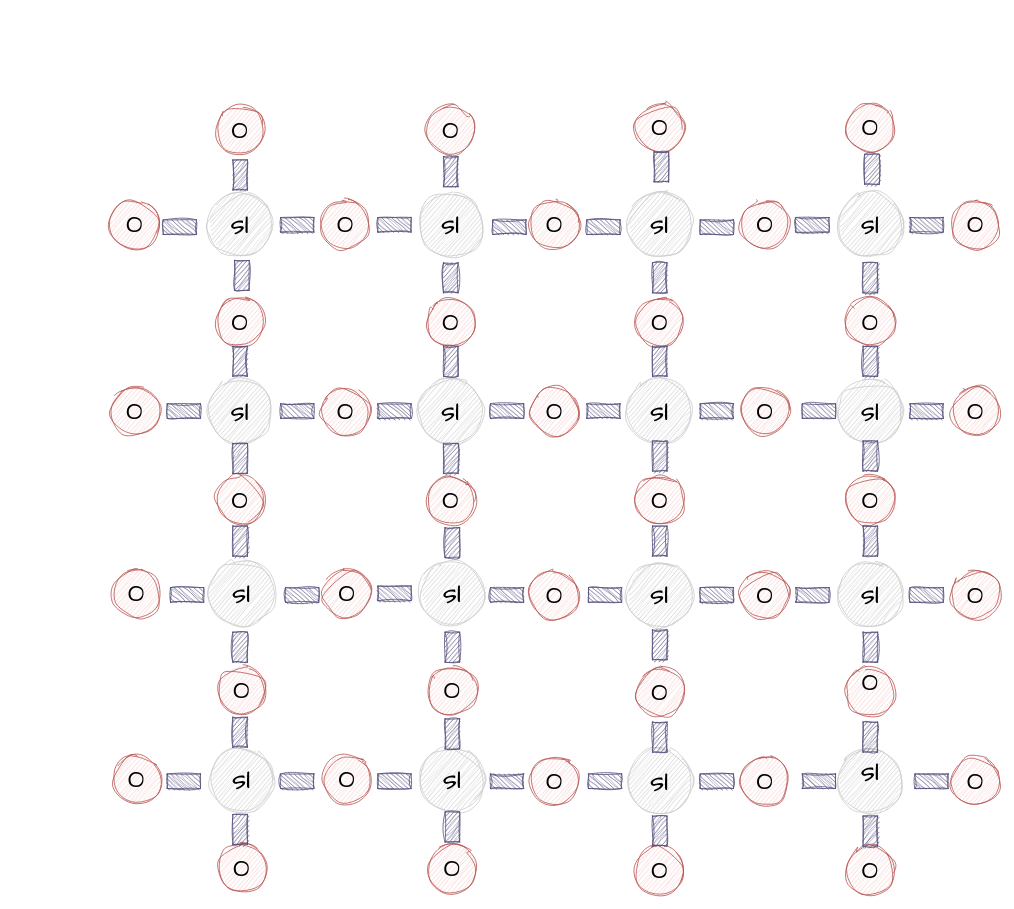
Earlier version of the draw.io diagram Defect_creation.drawio (666creeping666death/C-code). Source tidied: cells renumbered, new cells numbered last; positions are measured from the earlier drawing's top-left corner, leaving out a move shared by most shapes. Both pictures are drawn from the tidied source at 81%, with x=0, y=0 at pixel (110, 103).
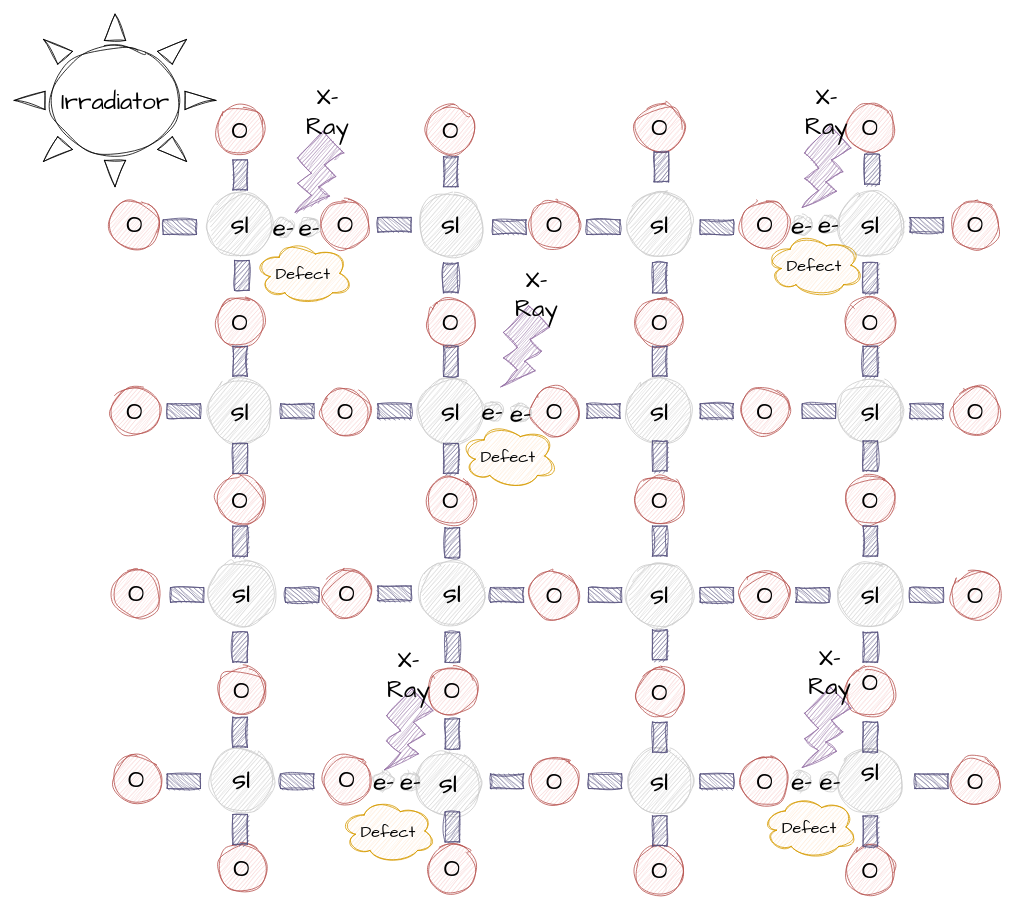
After the change.

Diff of the diagram source:
```diff
@@
     <mxCell id="55" value="&lt;font style=&quot;font-size: 35px;&quot;&gt;sI&lt;/font&gt;" style="ellipse;whiteSpace=wrap;html=1;sketch=1;hachureGap=4;jiggle=2;curveFitting=1;fontFamily=Architects Daughter;fontSize=20;fillColor=#CCCCCC;strokeColor=#CCCCCC;" parent="1" vertex="1">
-      <mxGeometry x="382" y="795" width="80" height="80" as="geometry" />
+      <mxGeometry x="377" y="800" width="80" height="80" as="geometry" />
     </mxCell>
@@
-    <mxCell id="90" style="rounded=0;whiteSpace=wrap;html=1;sketch=1;hachureGap=4;jiggle=2;curveFitting=1;fontFamily=Architects Daughter;fontSize=20;fillColor=#56517E;strokeColor=#56517e;direction=south;" parent="1" vertex="1">
-      <mxGeometry x="846" y="141" width="41" height="18" as="geometry" />
-    </mxCell>
@@
-    <mxCell id="92" style="rounded=0;whiteSpace=wrap;html=1;sketch=1;hachureGap=4;jiggle=2;curveFitting=1;fontFamily=Architects Daughter;fontSize=20;fillColor=#56517E;strokeColor=#56517e;direction=south;" parent="1" vertex="1">
-      <mxGeometry x="210" y="141" width="41" height="18" as="geometry" />
-    </mxCell>
@@
-    <mxCell id="102" style="rounded=0;whiteSpace=wrap;html=1;sketch=1;hachureGap=4;jiggle=2;curveFitting=1;fontFamily=Architects Daughter;fontSize=20;fillColor=#56517E;strokeColor=#56517e;direction=south;" parent="1" vertex="1">
-      <mxGeometry x="469" y="371" width="41" height="18" as="geometry" />
-    </mxCell>
@@
-    <mxCell id="115" style="rounded=0;whiteSpace=wrap;html=1;sketch=1;hachureGap=4;jiggle=2;curveFitting=1;fontFamily=Architects Daughter;fontSize=20;fillColor=#56517E;strokeColor=#56517e;direction=south;" parent="1" vertex="1">
-      <mxGeometry x="854" y="828" width="41" height="18" as="geometry" />
-    </mxCell>
@@
-    <mxCell id="120" style="rounded=0;whiteSpace=wrap;html=1;sketch=1;hachureGap=4;jiggle=2;curveFitting=1;fontFamily=Architects Daughter;fontSize=20;fillColor=#56517E;strokeColor=#56517e;direction=south;" parent="1" vertex="1">
-      <mxGeometry x="330" y="828" width="41" height="18" as="geometry" />
-    </mxCell>
@@
+    <mxCell id="122" style="verticalLabelPosition=bottom;verticalAlign=top;html=1;shape=mxgraph.basic.sun;sketch=1;hachureGap=4;jiggle=2;curveFitting=1;fontFamily=Architects Daughter;fontSize=20;" parent="1" vertex="1">
+      <mxGeometry x="-119" y="-110" width="249" height="213" as="geometry" />
+    </mxCell>
+    <mxCell id="123" style="verticalLabelPosition=bottom;verticalAlign=top;html=1;shape=mxgraph.basic.flash;sketch=1;hachureGap=4;jiggle=2;curveFitting=1;fontFamily=Architects Daughter;fontSize=20;fillColor=#9673A6;strokeColor=#9673a6;" parent="1" vertex="1">
+      <mxGeometry x="228" y="34.5" width="60" height="100" as="geometry" />
+    </mxCell>
+    <mxCell id="124" style="verticalLabelPosition=bottom;verticalAlign=top;html=1;shape=mxgraph.basic.flash;sketch=1;hachureGap=4;jiggle=2;curveFitting=1;fontFamily=Architects Daughter;fontSize=20;fillColor=#9673A6;strokeColor=#9673a6;" parent="1" vertex="1">
+      <mxGeometry x="482" y="250" width="60" height="100" as="geometry" />
+    </mxCell>
+    <mxCell id="125" style="verticalLabelPosition=bottom;verticalAlign=top;html=1;shape=mxgraph.basic.flash;sketch=1;hachureGap=4;jiggle=2;curveFitting=1;fontFamily=Architects Daughter;fontSize=20;fillColor=#9673A6;strokeColor=#9673a6;" parent="1" vertex="1">
+      <mxGeometry x="338" y="723" width="60" height="100" as="geometry" />
+    </mxCell>
+    <mxCell id="126" style="verticalLabelPosition=bottom;verticalAlign=top;html=1;shape=mxgraph.basic.flash;sketch=1;hachureGap=4;jiggle=2;curveFitting=1;fontFamily=Architects Daughter;fontSize=20;fillColor=#9673A6;strokeColor=#9673a6;" parent="1" vertex="1">
+      <mxGeometry x="854" y="720" width="60" height="100" as="geometry" />
+    </mxCell>
+    <mxCell id="127" style="verticalLabelPosition=bottom;verticalAlign=top;html=1;shape=mxgraph.basic.flash;sketch=1;hachureGap=4;jiggle=2;curveFitting=1;fontFamily=Architects Daughter;fontSize=20;fillColor=#9673A6;strokeColor=#9673a6;" parent="1" vertex="1">
+      <mxGeometry x="854" y="28.5" width="60" height="100" as="geometry" />
+    </mxCell>
+    <mxCell id="128" value="&lt;div style=&quot;font-size: 30px;&quot;&gt;&lt;font style=&quot;font-size: 30px;&quot;&gt;X-Ray&lt;br&gt;&lt;/font&gt;&lt;/div&gt;" style="text;html=1;strokeColor=none;fillColor=none;align=center;verticalAlign=middle;whiteSpace=wrap;rounded=0;fontSize=20;fontFamily=Architects Daughter;" parent="1" vertex="1">
+      <mxGeometry x="238" y="-5" width="60" height="30" as="geometry" />
+    </mxCell>
+    <mxCell id="129" value="&lt;div style=&quot;font-size: 30px;&quot;&gt;&lt;font style=&quot;font-size: 30px;&quot;&gt;X-Ray&lt;br&gt;&lt;/font&gt;&lt;/div&gt;" style="text;html=1;strokeColor=none;fillColor=none;align=center;verticalAlign=middle;whiteSpace=wrap;rounded=0;fontSize=20;fontFamily=Architects Daughter;" parent="1" vertex="1">
+      <mxGeometry x="854" y="-5" width="60" height="30" as="geometry" />
+    </mxCell>
+    <mxCell id="130" value="&lt;div style=&quot;font-size: 30px;&quot;&gt;&lt;font style=&quot;font-size: 30px;&quot;&gt;X-Ray&lt;br&gt;&lt;/font&gt;&lt;/div&gt;" style="text;html=1;strokeColor=none;fillColor=none;align=center;verticalAlign=middle;whiteSpace=wrap;rounded=0;fontSize=20;fontFamily=Architects Daughter;" parent="1" vertex="1">
+      <mxGeometry x="496" y="220" width="60" height="30" as="geometry" />
+    </mxCell>
+    <mxCell id="131" value="&lt;div style=&quot;font-size: 30px;&quot;&gt;&lt;font style=&quot;font-size: 30px;&quot;&gt;X-Ray&lt;br&gt;&lt;/font&gt;&lt;/div&gt;" style="text;html=1;strokeColor=none;fillColor=none;align=center;verticalAlign=middle;whiteSpace=wrap;rounded=0;fontSize=20;fontFamily=Architects Daughter;" parent="1" vertex="1">
+      <mxGeometry x="338" y="690" width="60" height="30" as="geometry" />
+    </mxCell>
+    <mxCell id="132" value="&lt;div style=&quot;font-size: 30px;&quot;&gt;&lt;font style=&quot;font-size: 30px;&quot;&gt;X-Ray&lt;br&gt;&lt;/font&gt;&lt;/div&gt;" style="text;html=1;strokeColor=none;fillColor=none;align=center;verticalAlign=middle;whiteSpace=wrap;rounded=0;fontSize=20;fontFamily=Architects Daughter;" parent="1" vertex="1">
+      <mxGeometry x="858" y="687" width="60" height="30" as="geometry" />
+    </mxCell>
+    <mxCell id="133" value="&lt;font style=&quot;font-size: 30px;&quot;&gt;Irradiator&lt;/font&gt;" style="text;html=1;strokeColor=none;fillColor=none;align=center;verticalAlign=middle;whiteSpace=wrap;rounded=0;fontSize=20;fontFamily=Architects Daughter;" parent="1" vertex="1">
+      <mxGeometry x="-24.5" y="-18.5" width="60" height="30" as="geometry" />
+    </mxCell>
+    <mxCell id="134" value="&lt;font style=&quot;font-size: 30px;&quot;&gt;e-&lt;/font&gt;" style="ellipse;whiteSpace=wrap;html=1;sketch=1;hachureGap=4;jiggle=2;curveFitting=1;fontFamily=Architects Daughter;fontSize=20;fillColor=#CCCCCC;strokeColor=#CCCCCC;" parent="1" vertex="1">
+      <mxGeometry x="326" y="825.5" width="23" height="23" as="geometry" />
+    </mxCell>
+    <mxCell id="135" value="&lt;font style=&quot;font-size: 30px;&quot;&gt;e-&lt;/font&gt;" style="ellipse;whiteSpace=wrap;html=1;sketch=1;hachureGap=4;jiggle=2;curveFitting=1;fontFamily=Architects Daughter;fontSize=20;fillColor=#CCCCCC;strokeColor=#CCCCCC;" parent="1" vertex="1">
+      <mxGeometry x="359" y="825.5" width="23" height="23" as="geometry" />
+    </mxCell>
+    <mxCell id="136" value="&lt;font style=&quot;font-size: 30px;&quot;&gt;e-&lt;/font&gt;" style="ellipse;whiteSpace=wrap;html=1;sketch=1;hachureGap=4;jiggle=2;curveFitting=1;fontFamily=Architects Daughter;fontSize=20;fillColor=#CCCCCC;strokeColor=#CCCCCC;" parent="1" vertex="1">
+      <mxGeometry x="876.5" y="825.5" width="23" height="23" as="geometry" />
+    </mxCell>
+    <mxCell id="137" value="&lt;font style=&quot;font-size: 30px;&quot;&gt;e-&lt;/font&gt;" style="ellipse;whiteSpace=wrap;html=1;sketch=1;hachureGap=4;jiggle=2;curveFitting=1;fontFamily=Architects Daughter;fontSize=20;fillColor=#CCCCCC;strokeColor=#CCCCCC;" parent="1" vertex="1">
+      <mxGeometry x="842" y="825.5" width="23" height="23" as="geometry" />
+    </mxCell>
+    <mxCell id="138" value="&lt;font style=&quot;font-size: 30px;&quot;&gt;e-&lt;/font&gt;" style="ellipse;whiteSpace=wrap;html=1;sketch=1;hachureGap=4;jiggle=2;curveFitting=1;fontFamily=Architects Daughter;fontSize=20;fillColor=#CCCCCC;strokeColor=#CCCCCC;" parent="1" vertex="1">
+      <mxGeometry x="202" y="141.5" width="23" height="23" as="geometry" />
+    </mxCell>
+    <mxCell id="139" value="&lt;font style=&quot;font-size: 30px;&quot;&gt;e-&lt;/font&gt;" style="ellipse;whiteSpace=wrap;html=1;sketch=1;hachureGap=4;jiggle=2;curveFitting=1;fontFamily=Architects Daughter;fontSize=20;fillColor=#CCCCCC;strokeColor=#CCCCCC;" parent="1" vertex="1">
+      <mxGeometry x="234" y="141" width="23" height="23" as="geometry" />
+    </mxCell>
+    <mxCell id="140" value="&lt;font style=&quot;font-size: 30px;&quot;&gt;e-&lt;/font&gt;" style="ellipse;whiteSpace=wrap;html=1;sketch=1;hachureGap=4;jiggle=2;curveFitting=1;fontFamily=Architects Daughter;fontSize=20;fillColor=#CCCCCC;strokeColor=#CCCCCC;" parent="1" vertex="1">
+      <mxGeometry x="842" y="139" width="23" height="23" as="geometry" />
+    </mxCell>
+    <mxCell id="141" value="&lt;font style=&quot;font-size: 30px;&quot;&gt;e-&lt;/font&gt;" style="ellipse;whiteSpace=wrap;html=1;sketch=1;hachureGap=4;jiggle=2;curveFitting=1;fontFamily=Architects Daughter;fontSize=20;fillColor=#CCCCCC;strokeColor=#CCCCCC;" parent="1" vertex="1">
+      <mxGeometry x="875" y="138.5" width="23" height="23" as="geometry" />
+    </mxCell>
+    <mxCell id="142" value="&lt;font style=&quot;font-size: 30px;&quot;&gt;e-&lt;/font&gt;" style="ellipse;whiteSpace=wrap;html=1;sketch=1;hachureGap=4;jiggle=2;curveFitting=1;fontFamily=Architects Daughter;fontSize=20;fillColor=#CCCCCC;strokeColor=#CCCCCC;" parent="1" vertex="1">
+      <mxGeometry x="460" y="368.5" width="23" height="23" as="geometry" />
+    </mxCell>
+    <mxCell id="143" value="&lt;font style=&quot;font-size: 30px;&quot;&gt;e-&lt;/font&gt;" style="ellipse;whiteSpace=wrap;html=1;sketch=1;hachureGap=4;jiggle=2;curveFitting=1;fontFamily=Architects Daughter;fontSize=20;fillColor=#CCCCCC;strokeColor=#CCCCCC;" parent="1" vertex="1">
+      <mxGeometry x="495" y="371" width="23" height="23" as="geometry" />
+    </mxCell>
+    <mxCell id="144" value="Defect" style="ellipse;shape=cloud;whiteSpace=wrap;html=1;sketch=1;hachureGap=4;jiggle=2;curveFitting=1;fontFamily=Architects Daughter;fontSize=20;fillColor=#ffe6cc;strokeColor=#d79b00;" parent="1" vertex="1">
+      <mxGeometry x="283" y="858.5" width="120" height="80" as="geometry" />
+    </mxCell>
+    <mxCell id="145" value="Defect" style="ellipse;shape=cloud;whiteSpace=wrap;html=1;sketch=1;hachureGap=4;jiggle=2;curveFitting=1;fontFamily=Architects Daughter;fontSize=20;fillColor=#ffe6cc;strokeColor=#d79b00;" parent="1" vertex="1">
+      <mxGeometry x="803" y="853.5" width="120" height="80" as="geometry" />
+    </mxCell>
+    <mxCell id="146" value="Defect" style="ellipse;shape=cloud;whiteSpace=wrap;html=1;sketch=1;hachureGap=4;jiggle=2;curveFitting=1;fontFamily=Architects Daughter;fontSize=20;fillColor=#ffe6cc;strokeColor=#d79b00;" parent="1" vertex="1">
+      <mxGeometry x="431" y="395.5" width="120" height="80" as="geometry" />
+    </mxCell>
+    <mxCell id="147" value="Defect" style="ellipse;shape=cloud;whiteSpace=wrap;html=1;sketch=1;hachureGap=4;jiggle=2;curveFitting=1;fontFamily=Architects Daughter;fontSize=20;fillColor=#ffe6cc;strokeColor=#d79b00;" parent="1" vertex="1">
+      <mxGeometry x="178" y="170" width="120" height="80" as="geometry" />
+    </mxCell>
+    <mxCell id="148" value="Defect" style="ellipse;shape=cloud;whiteSpace=wrap;html=1;sketch=1;hachureGap=4;jiggle=2;curveFitting=1;fontFamily=Architects Daughter;fontSize=20;fillColor=#ffe6cc;strokeColor=#d79b00;" parent="1" vertex="1">
+      <mxGeometry x="809" y="160" width="120" height="80" as="geometry" />
+    </mxCell>
```
